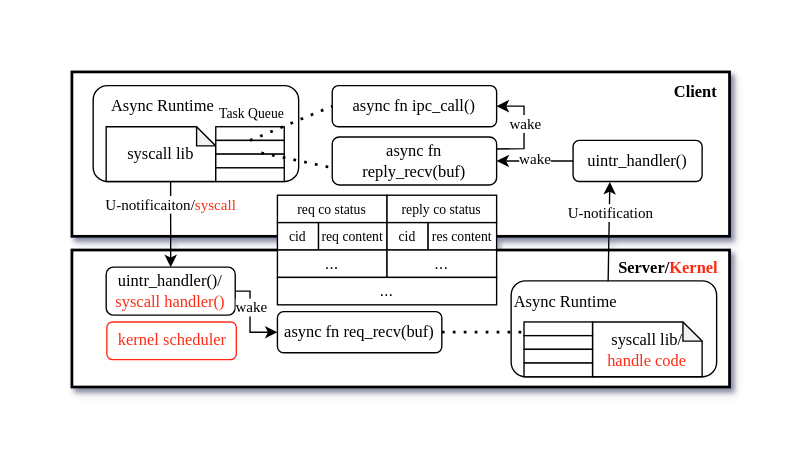
Above: images/async_framework.drawio in oscourse-tsinghua/openingreport-ldhai2023 (draw.io), before the change. Source tidied: cells renumbered, new cells numbered last; positions are measured from the earlier drawing's top-left corner, leaving out a move shared by most shapes. Both pictures are drawn from the tidied source at 137%, with x=0, y=0 at pixel (71, 71).
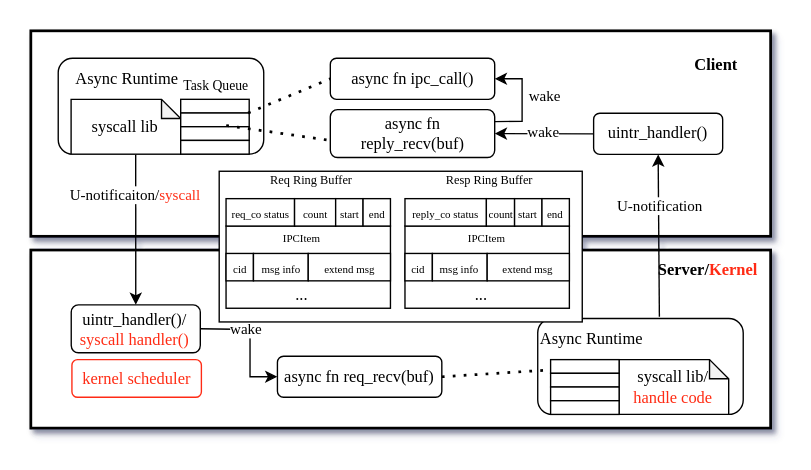
The same diagram, later.

Diff of the diagram source:
```diff
@@
     <mxCell id="2" style="rounded=0;whiteSpace=wrap;html=1;strokeWidth=2;shadow=1;" parent="1" vertex="1">
-      <mxGeometry width="480" height="120" as="geometry" />
+      <mxGeometry x="-30" y="-30" width="540" height="150" as="geometry" />
     </mxCell>
     <mxCell id="3" value="&lt;font face=&quot;Times New Roman&quot;&gt;&lt;b&gt;Client&lt;/b&gt;&lt;/font&gt;" style="text;html=1;align=center;verticalAlign=middle;strokeColor=none;fillColor=none;" parent="1" vertex="1">
-      <mxGeometry x="430" width="50" height="30" as="geometry" />
+      <mxGeometry x="445" y="-19.8" width="50" height="30" as="geometry" />
     </mxCell>
     <mxCell id="4" style="rounded=0;whiteSpace=wrap;html=1;strokeWidth=2;shadow=1;" parent="1" vertex="1">
-      <mxGeometry y="130" width="480" height="100" as="geometry" />
+      <mxGeometry x="-30" y="130" width="540" height="130" as="geometry" />
     </mxCell>
     <mxCell id="5" value="&lt;font face=&quot;Times New Roman&quot;&gt;&lt;b&gt;Server/&lt;font color=&quot;#ff2c14&quot;&gt;Kernel&lt;/font&gt;&lt;/b&gt;&lt;/font&gt;" style="text;html=1;align=center;verticalAlign=middle;strokeColor=none;fillColor=none;" parent="1" vertex="1">
-      <mxGeometry x="385" y="127.5" width="100" height="30" as="geometry" />
+      <mxGeometry x="414" y="130" width="100" height="30" as="geometry" />
     </mxCell>
     <mxCell id="6" value="&lt;font face=&quot;Times New Roman&quot;&gt;async fn ipc_call()&lt;/font&gt;" style="rounded=1;whiteSpace=wrap;html=1;" parent="1" vertex="1">
-      <mxGeometry x="190" y="10" width="120" height="30" as="geometry" />
+      <mxGeometry x="188.6" y="-10" width="120" height="30" as="geometry" />
     </mxCell>
     <mxCell id="7" style="rounded=1;whiteSpace=wrap;html=1;" parent="1" vertex="1">
-      <mxGeometry x="15.5" y="10" width="150" height="70" as="geometry" />
+      <mxGeometry x="-10" y="-10" width="150" height="70" as="geometry" />
     </mxCell>
     <mxCell id="8" value="&lt;font face=&quot;Times New Roman&quot;&gt;async fn reply_recv(buf)&lt;/font&gt;" style="rounded=1;whiteSpace=wrap;html=1;" parent="1" vertex="1">
-      <mxGeometry x="190" y="47.5" width="120" height="35" as="geometry" />
+      <mxGeometry x="188.6" y="27.5" width="120" height="35" as="geometry" />
     </mxCell>
-    <mxCell id="9" value="&lt;font face=&quot;Times New Roman&quot; style=&quot;font-size: 10px;&quot;&gt;req co status&lt;/font&gt;" style="rounded=0;whiteSpace=wrap;html=1;" parent="1" vertex="1">
-      <mxGeometry x="150" y="90" width="80" height="20" as="geometry" />
-    </mxCell>
-    <mxCell id="10" value="&lt;font face=&quot;Times New Roman&quot; style=&quot;font-size: 10px;&quot;&gt;reply co status&lt;/font&gt;" style="rounded=0;whiteSpace=wrap;html=1;" parent="1" vertex="1">
-      <mxGeometry x="230" y="90" width="80" height="20" as="geometry" />
-    </mxCell>
-    <mxCell id="11" value="&lt;font face=&quot;Times New Roman&quot; style=&quot;font-size: 10px;&quot;&gt;cid&lt;/font&gt;" style="rounded=0;whiteSpace=wrap;html=1;" parent="1" vertex="1">
-      <mxGeometry x="150" y="110" width="30" height="20" as="geometry" />
-    </mxCell>
-    <mxCell id="12" value="&lt;font style=&quot;font-size: 10px;&quot; face=&quot;Times New Roman&quot;&gt;req content&lt;/font&gt;" style="rounded=0;whiteSpace=wrap;html=1;" parent="1" vertex="1">
-      <mxGeometry x="180" y="110" width="50" height="20" as="geometry" />
-    </mxCell>
-    <mxCell id="13" value="&lt;font face=&quot;Times New Roman&quot; style=&quot;font-size: 10px;&quot;&gt;cid&lt;/font&gt;" style="rounded=0;whiteSpace=wrap;html=1;" parent="1" vertex="1">
-      <mxGeometry x="230" y="110" width="30" height="20" as="geometry" />
-    </mxCell>
-    <mxCell id="14" value="&lt;font style=&quot;font-size: 10px;&quot; face=&quot;Times New Roman&quot;&gt;res content&lt;/font&gt;" style="rounded=0;whiteSpace=wrap;html=1;" parent="1" vertex="1">
-      <mxGeometry x="260" y="110" width="50" height="20" as="geometry" />
-    </mxCell>
-    <mxCell id="15" value="..." style="rounded=0;whiteSpace=wrap;html=1;" parent="1" vertex="1">
-      <mxGeometry x="150" y="130" width="80" height="20" as="geometry" />
-    </mxCell>
-    <mxCell id="16" value="..." style="rounded=0;whiteSpace=wrap;html=1;" parent="1" vertex="1">
-      <mxGeometry x="230" y="130" width="80" height="20" as="geometry" />
-    </mxCell>
-    <mxCell id="17" value="..." style="rounded=0;whiteSpace=wrap;html=1;" parent="1" vertex="1">
-      <mxGeometry x="150" y="150" width="160" height="20" as="geometry" />
-    </mxCell>
     <mxCell id="18" value="&lt;font face=&quot;Times New Roman&quot;&gt;Async Runtime&lt;/font&gt;" style="text;html=1;align=center;verticalAlign=middle;strokeColor=none;fillColor=none;" parent="1" vertex="1">
-      <mxGeometry x="15.5" y="10" width="100" height="30" as="geometry" />
+      <mxGeometry x="-10" y="-10" width="100" height="30" as="geometry" />
     </mxCell>
     <mxCell id="19" value="&lt;font face=&quot;Times New Roman&quot;&gt;uintr_handler()&lt;/font&gt;" style="rounded=1;whiteSpace=wrap;html=1;" parent="1" vertex="1">
-      <mxGeometry x="365.8" y="50" width="94.2" height="30" as="geometry" />
+      <mxGeometry x="380.8" y="30.2" width="94.2" height="30" as="geometry" />
     </mxCell>
     <mxCell id="20" value="&lt;div&gt;&lt;font face=&quot;Times New Roman&quot;&gt;uintr_handler()/&lt;/font&gt;&lt;/div&gt;&lt;div&gt;&lt;span style=&quot;font-family: &amp;quot;Times New Roman&amp;quot;;&quot;&gt;&lt;font color=&quot;#ff2c14&quot;&gt;syscall handler()&lt;/font&gt;&lt;/span&gt;&lt;font face=&quot;Times New Roman&quot;&gt;&lt;br&gt;&lt;/font&gt;&lt;/div&gt;" style="rounded=1;whiteSpace=wrap;html=1;" parent="1" vertex="1">
-      <mxGeometry x="25" y="142.5" width="94.2" height="35" as="geometry" />
+      <mxGeometry x="-0.5" y="170" width="94.2" height="35" as="geometry" />
     </mxCell>
@@
     <mxCell id="23" value="&lt;font face=&quot;Times New Roman&quot;&gt;async fn req_recv(buf)&lt;/font&gt;" style="rounded=1;whiteSpace=wrap;html=1;" parent="1" vertex="1">
-      <mxGeometry x="150" y="175" width="120" height="30" as="geometry" />
+      <mxGeometry x="150" y="207.5" width="120" height="30" as="geometry" />
     </mxCell>
     <mxCell id="24" value="&lt;font face=&quot;Times New Roman&quot;&gt;syscall lib&lt;/font&gt;" style="shape=note;whiteSpace=wrap;html=1;backgroundOutline=1;darkOpacity=0.05;size=14;" parent="1" vertex="1">
-      <mxGeometry x="25" y="40" width="80" height="40" as="geometry" />
+      <mxGeometry x="-0.6" y="20" width="80" height="40" as="geometry" />
     </mxCell>
     <mxCell id="25" style="rounded=0;whiteSpace=wrap;html=1;" parent="1" vertex="1">
-      <mxGeometry x="105" y="40" width="50" height="10" as="geometry" />
+      <mxGeometry x="79.4" y="20" width="50" height="10" as="geometry" />
     </mxCell>
     <mxCell id="26" style="rounded=0;whiteSpace=wrap;html=1;" parent="1" vertex="1">
-      <mxGeometry x="105" y="50" width="50" height="10" as="geometry" />
+      <mxGeometry x="79.4" y="30" width="50" height="10" as="geometry" />
     </mxCell>
     <mxCell id="27" style="rounded=0;whiteSpace=wrap;html=1;" parent="1" vertex="1">
-      <mxGeometry x="105" y="60" width="50" height="10" as="geometry" />
+      <mxGeometry x="79.4" y="40" width="50" height="10" as="geometry" />
     </mxCell>
     <mxCell id="28" style="rounded=0;whiteSpace=wrap;html=1;" parent="1" vertex="1">
-      <mxGeometry x="105" y="70" width="50" height="10" as="geometry" />
+      <mxGeometry x="79.4" y="50" width="50" height="10" as="geometry" />
     </mxCell>
     <mxCell id="29" value="&lt;font style=&quot;font-size: 10px;&quot; face=&quot;Times New Roman&quot;&gt;Task Queue&lt;/font&gt;" style="text;html=1;align=center;verticalAlign=middle;strokeColor=none;fillColor=none;" parent="1" vertex="1">
-      <mxGeometry x="95.6" y="15" width="70" height="30" as="geometry" />
+      <mxGeometry x="70" y="-5" width="70" height="30" as="geometry" />
     </mxCell>
     <mxCell id="30" style="rounded=1;whiteSpace=wrap;html=1;" parent="1" vertex="1">
-      <mxGeometry x="320.6" y="152.5" width="150" height="70" as="geometry" />
+      <mxGeometry x="340" y="180" width="150" height="70" as="geometry" />
     </mxCell>
     <mxCell id="31" value="&lt;font face=&quot;Times New Roman&quot;&gt;Async Runtime&lt;/font&gt;" style="text;html=1;align=center;verticalAlign=middle;points=[];strokeColor=none;fillColor=none;" parent="1" vertex="1">
-      <mxGeometry x="310" y="152.5" width="100" height="30" as="geometry" />
+      <mxGeometry x="329.4" y="180" width="100" height="30" as="geometry" />
     </mxCell>
     <mxCell id="32" value="&lt;font face=&quot;Times New Roman&quot;&gt;syscall lib/&lt;/font&gt;&lt;div&gt;&lt;font color=&quot;#ff2c14&quot; face=&quot;Times New Roman&quot;&gt;handle code&lt;/font&gt;&lt;/div&gt;" style="shape=note;whiteSpace=wrap;html=1;backgroundOutline=1;darkOpacity=0.05;size=14;" parent="1" vertex="1">
-      <mxGeometry x="380" y="182.5" width="80" height="40" as="geometry" />
+      <mxGeometry x="399.4" y="210" width="80" height="40" as="geometry" />
     </mxCell>
     <mxCell id="33" style="rounded=0;whiteSpace=wrap;html=1;" parent="1" vertex="1">
-      <mxGeometry x="330" y="182.5" width="50" height="10" as="geometry" />
+      <mxGeometry x="349.4" y="210" width="50" height="10" as="geometry" />
     </mxCell>
     <mxCell id="34" style="rounded=0;whiteSpace=wrap;html=1;" parent="1" vertex="1">
-      <mxGeometry x="330" y="192.5" width="50" height="10" as="geometry" />
+      <mxGeometry x="349.4" y="220" width="50" height="10" as="geometry" />
     </mxCell>
     <mxCell id="35" style="rounded=0;whiteSpace=wrap;html=1;" parent="1" vertex="1">
-      <mxGeometry x="330" y="202.5" width="50" height="10" as="geometry" />
+      <mxGeometry x="349.4" y="230" width="50" height="10" as="geometry" />
     </mxCell>
     <mxCell id="36" style="rounded=0;whiteSpace=wrap;html=1;" parent="1" vertex="1">
-      <mxGeometry x="330" y="212.5" width="50" height="10" as="geometry" />
+      <mxGeometry x="349.4" y="240" width="50" height="10" as="geometry" />
     </mxCell>
-    <mxCell id="37" style="endArrow=classic;html=1;rounded=0;exitX=0.814;exitY=0.007;exitDx=0;exitDy=0;exitPerimeter=0;entryX=0.285;entryY=1.013;entryDx=0;entryDy=0;entryPerimeter=0;" parent="1" edge="1" source="31" target="19">
+    <mxCell id="37" style="endArrow=classic;html=1;rounded=0;exitX=0.994;exitY=-0.043;exitDx=0;exitDy=0;exitPerimeter=0;entryX=0.5;entryY=1;entryDx=0;entryDy=0;" parent="1" edge="1" source="31" target="19">
       <mxGeometry relative="1" as="geometry" />
     </mxCell>
@@
     <mxCell id="39" value="&lt;font color=&quot;#ff2c14&quot; face=&quot;Times New Roman&quot;&gt;kernel scheduler&lt;/font&gt;" style="rounded=1;whiteSpace=wrap;html=1;strokeColor=#FF2C14;" parent="1" vertex="1">
-      <mxGeometry x="25.5" y="182.5" width="94.5" height="27.5" as="geometry" />
+      <mxGeometry y="210" width="94.5" height="27.5" as="geometry" />
     </mxCell>
     <mxCell id="40" style="endArrow=none;dashed=1;html=1;dashPattern=1 3;strokeWidth=2;rounded=0;entryX=0;entryY=0.5;entryDx=0;entryDy=0;" parent="1" edge="1" target="6">
       <mxGeometry relative="1" as="geometry">
-        <mxPoint x="130" y="50" as="sourcePoint" />
+        <mxPoint x="128.6" y="30" as="sourcePoint" />
       </mxGeometry>
     </mxCell>
     <mxCell id="41" style="endArrow=none;dashed=1;html=1;dashPattern=1 3;strokeWidth=2;rounded=0;exitX=0.664;exitY=-0.089;exitDx=0;exitDy=0;exitPerimeter=0;" parent="1" edge="1" source="27">
       <mxGeometry relative="1" as="geometry">
-        <mxPoint x="190" y="70" as="targetPoint" />
+        <mxPoint x="188.6" y="50" as="targetPoint" />
       </mxGeometry>
     </mxCell>
@@
     <mxCell id="45" style="endArrow=classic;html=1;rounded=0;exitX=1;exitY=0.5;exitDx=0;exitDy=0;entryX=0;entryY=0.5;entryDx=0;entryDy=0;" parent="1" edge="1" source="20" target="23">
       <mxGeometry relative="1" as="geometry">
         <Array as="points">
-          <mxPoint x="130" y="160" />
-          <mxPoint x="130" y="190" />
+          <mxPoint x="130" y="188" />
+          <mxPoint x="130" y="222.5" />
         </Array>
       </mxGeometry>
     </mxCell>
@@
     <mxCell id="47" style="endArrow=classic;html=1;rounded=0;exitX=1;exitY=0.25;exitDx=0;exitDy=0;entryX=1;entryY=0.5;entryDx=0;entryDy=0;" parent="1" edge="1" source="8" target="6">
       <mxGeometry relative="1" as="geometry">
         <Array as="points">
-          <mxPoint x="330" y="56" />
-          <mxPoint x="330" y="25" />
+          <mxPoint x="328.6" y="36" />
+          <mxPoint x="328.6" y="5" />
         </Array>
       </mxGeometry>
     </mxCell>
     <mxCell id="48" value="&lt;font face=&quot;Times New Roman&quot;&gt;wake&lt;/font&gt;" style="edgeLabel;html=1;align=center;verticalAlign=middle;" parent="47" vertex="1">
-      <mxGeometry x="0.1" relative="1" as="geometry" />
+      <mxGeometry x="0.1" relative="1" as="geometry">
+        <mxPoint x="16" as="offset" />
+      </mxGeometry>
     </mxCell>
+    <mxCell id="49" style="rounded=0;whiteSpace=wrap;html=1;" parent="1" vertex="1">
+      <mxGeometry x="107.5" y="72.5" width="265" height="110" as="geometry" />
+    </mxCell>
+    <mxCell id="50" style="rounded=0;whiteSpace=wrap;html=1;" parent="1" vertex="1">
+      <mxGeometry x="112.5" y="112.5" width="120" height="60" as="geometry" />
+    </mxCell>
+    <mxCell id="51" value="&lt;font face=&quot;Times New Roman&quot; style=&quot;font-size: 8px;&quot;&gt;req_co status&lt;/font&gt;" style="rounded=0;whiteSpace=wrap;html=1;" parent="1" vertex="1">
+      <mxGeometry x="112.5" y="92.5" width="50" height="20" as="geometry" />
+    </mxCell>
+    <mxCell id="52" value="&lt;span style=&quot;font-family: &amp;quot;Times New Roman&amp;quot;;&quot;&gt;&lt;font style=&quot;font-size: 8px;&quot;&gt;count&lt;/font&gt;&lt;/span&gt;" style="rounded=0;whiteSpace=wrap;html=1;" parent="1" vertex="1">
+      <mxGeometry x="162.5" y="92.5" width="30" height="20" as="geometry" />
+    </mxCell>
+    <mxCell id="53" value="&lt;span style=&quot;font-family: &amp;quot;Times New Roman&amp;quot;;&quot;&gt;&lt;font style=&quot;font-size: 8px;&quot;&gt;start&lt;/font&gt;&lt;/span&gt;" style="rounded=0;whiteSpace=wrap;html=1;" parent="1" vertex="1">
+      <mxGeometry x="192.5" y="92.5" width="20" height="20" as="geometry" />
+    </mxCell>
+    <mxCell id="54" value="&lt;font face=&quot;Times New Roman&quot; style=&quot;font-size: 8px;&quot;&gt;end&lt;/font&gt;" style="rounded=0;whiteSpace=wrap;html=1;" parent="1" vertex="1">
+      <mxGeometry x="212.5" y="92.5" width="20" height="20" as="geometry" />
+    </mxCell>
+    <mxCell id="55" value="&lt;font face=&quot;Times New Roman&quot; style=&quot;font-size: 8px;&quot;&gt;cid&lt;/font&gt;" style="rounded=0;whiteSpace=wrap;html=1;" parent="1" vertex="1">
+      <mxGeometry x="112.5" y="132.5" width="20" height="20" as="geometry" />
+    </mxCell>
+    <mxCell id="56" value="&lt;font face=&quot;Times New Roman&quot; style=&quot;font-size: 8px;&quot;&gt;msg info&lt;/font&gt;" style="rounded=0;whiteSpace=wrap;html=1;" parent="1" vertex="1">
+      <mxGeometry x="132.5" y="132.5" width="40" height="20" as="geometry" />
+    </mxCell>
+    <mxCell id="57" value="&lt;font style=&quot;font-size: 8px;&quot; face=&quot;Times New Roman&quot;&gt;extend msg&lt;/font&gt;" style="rounded=0;whiteSpace=wrap;html=1;" parent="1" vertex="1">
+      <mxGeometry x="172.5" y="132.5" width="60" height="20" as="geometry" />
+    </mxCell>
+    <mxCell id="58" value="&lt;font style=&quot;font-size: 9px;&quot; face=&quot;Times New Roman&quot;&gt;Req Ring Buffer&lt;/font&gt;" style="text;html=1;align=center;verticalAlign=middle;whiteSpace=wrap;rounded=0;" parent="1" vertex="1">
+      <mxGeometry x="129.7" y="62.5" width="90" height="30" as="geometry" />
+    </mxCell>
+    <mxCell id="59" value="&lt;font style=&quot;font-size: 8px;&quot; face=&quot;Times New Roman&quot;&gt;IPCItem&lt;/font&gt;" style="text;html=1;align=center;verticalAlign=middle;whiteSpace=wrap;rounded=0;" parent="1" vertex="1">
+      <mxGeometry x="137.5" y="110" width="60" height="22.5" as="geometry" />
+    </mxCell>
+    <mxCell id="60" value="&lt;font face=&quot;Times New Roman&quot;&gt;...&lt;/font&gt;" style="text;html=1;align=center;verticalAlign=middle;whiteSpace=wrap;rounded=0;" parent="1" vertex="1">
+      <mxGeometry x="138.1" y="152.5" width="60" height="20" as="geometry" />
+    </mxCell>
+    <mxCell id="61" value="&lt;font style=&quot;font-size: 9px;&quot; face=&quot;Times New Roman&quot;&gt;Resp Ring Buffer&lt;/font&gt;" style="text;html=1;align=center;verticalAlign=middle;whiteSpace=wrap;rounded=0;" parent="1" vertex="1">
+      <mxGeometry x="260.3" y="62.5" width="90" height="30" as="geometry" />
+    </mxCell>
+    <mxCell id="62" style="rounded=0;whiteSpace=wrap;html=1;" parent="1" vertex="1">
+      <mxGeometry x="243.1" y="112.5" width="120" height="60" as="geometry" />
+    </mxCell>
+    <mxCell id="63" value="&lt;font face=&quot;Times New Roman&quot; style=&quot;font-size: 8px;&quot;&gt;reply_co status&lt;/font&gt;" style="rounded=0;whiteSpace=wrap;html=1;" parent="1" vertex="1">
+      <mxGeometry x="243.1" y="92.5" width="59.5" height="20" as="geometry" />
+    </mxCell>
+    <mxCell id="64" value="&lt;span style=&quot;font-family: &amp;quot;Times New Roman&amp;quot;;&quot;&gt;&lt;font style=&quot;font-size: 8px;&quot;&gt;count&lt;/font&gt;&lt;/span&gt;" style="rounded=0;whiteSpace=wrap;html=1;" parent="1" vertex="1">
+      <mxGeometry x="302.5" y="92.5" width="20.6" height="20" as="geometry" />
+    </mxCell>
+    <mxCell id="65" value="&lt;span style=&quot;font-family: &amp;quot;Times New Roman&amp;quot;;&quot;&gt;&lt;font style=&quot;font-size: 8px;&quot;&gt;start&lt;/font&gt;&lt;/span&gt;" style="rounded=0;whiteSpace=wrap;html=1;" parent="1" vertex="1">
+      <mxGeometry x="323.1" y="92.5" width="20" height="20" as="geometry" />
+    </mxCell>
+    <mxCell id="66" value="&lt;font face=&quot;Times New Roman&quot; style=&quot;font-size: 8px;&quot;&gt;end&lt;/font&gt;" style="rounded=0;whiteSpace=wrap;html=1;" parent="1" vertex="1">
+      <mxGeometry x="343.1" y="92.5" width="20" height="20" as="geometry" />
+    </mxCell>
+    <mxCell id="67" value="&lt;font face=&quot;Times New Roman&quot; style=&quot;font-size: 8px;&quot;&gt;cid&lt;/font&gt;" style="rounded=0;whiteSpace=wrap;html=1;" parent="1" vertex="1">
+      <mxGeometry x="243.1" y="132.5" width="20" height="20" as="geometry" />
+    </mxCell>
+    <mxCell id="68" value="&lt;font face=&quot;Times New Roman&quot; style=&quot;font-size: 8px;&quot;&gt;msg info&lt;/font&gt;" style="rounded=0;whiteSpace=wrap;html=1;" parent="1" vertex="1">
+      <mxGeometry x="263.1" y="132.5" width="40" height="20" as="geometry" />
+    </mxCell>
+    <mxCell id="69" value="&lt;font style=&quot;font-size: 8px;&quot; face=&quot;Times New Roman&quot;&gt;extend msg&lt;/font&gt;" style="rounded=0;whiteSpace=wrap;html=1;" parent="1" vertex="1">
+      <mxGeometry x="303.1" y="132.5" width="60" height="20" as="geometry" />
+    </mxCell>
+    <mxCell id="70" value="&lt;font face=&quot;Times New Roman&quot;&gt;...&lt;/font&gt;" style="text;html=1;align=center;verticalAlign=middle;whiteSpace=wrap;rounded=0;" parent="1" vertex="1">
+      <mxGeometry x="268.6" y="152.5" width="60" height="20" as="geometry" />
+    </mxCell>
+    <mxCell id="71" value="&lt;font style=&quot;font-size: 8px;&quot; face=&quot;Times New Roman&quot;&gt;IPCItem&lt;/font&gt;" style="text;html=1;align=center;verticalAlign=middle;whiteSpace=wrap;rounded=0;" parent="1" vertex="1">
+      <mxGeometry x="273" y="110" width="60" height="22.5" as="geometry" />
+    </mxCell>
```
